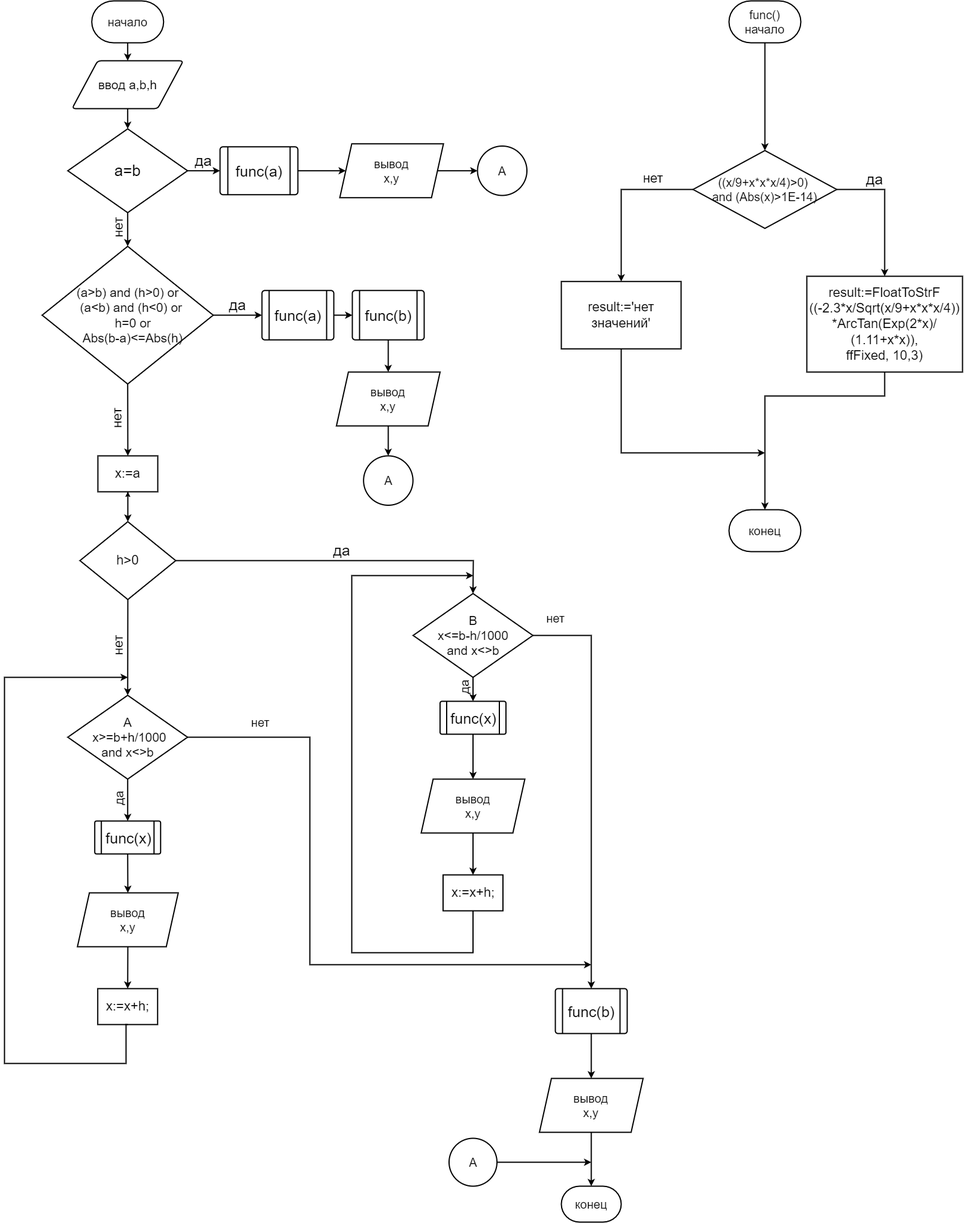
The draw.io diagram lab-1png.drawio.png in MarkOstapchuk/lab-1, before a commit. Source tidied: cells renumbered, new cells last; positions are measured from the earlier drawing's top-left corner, leaving out a move shared by most shapes.
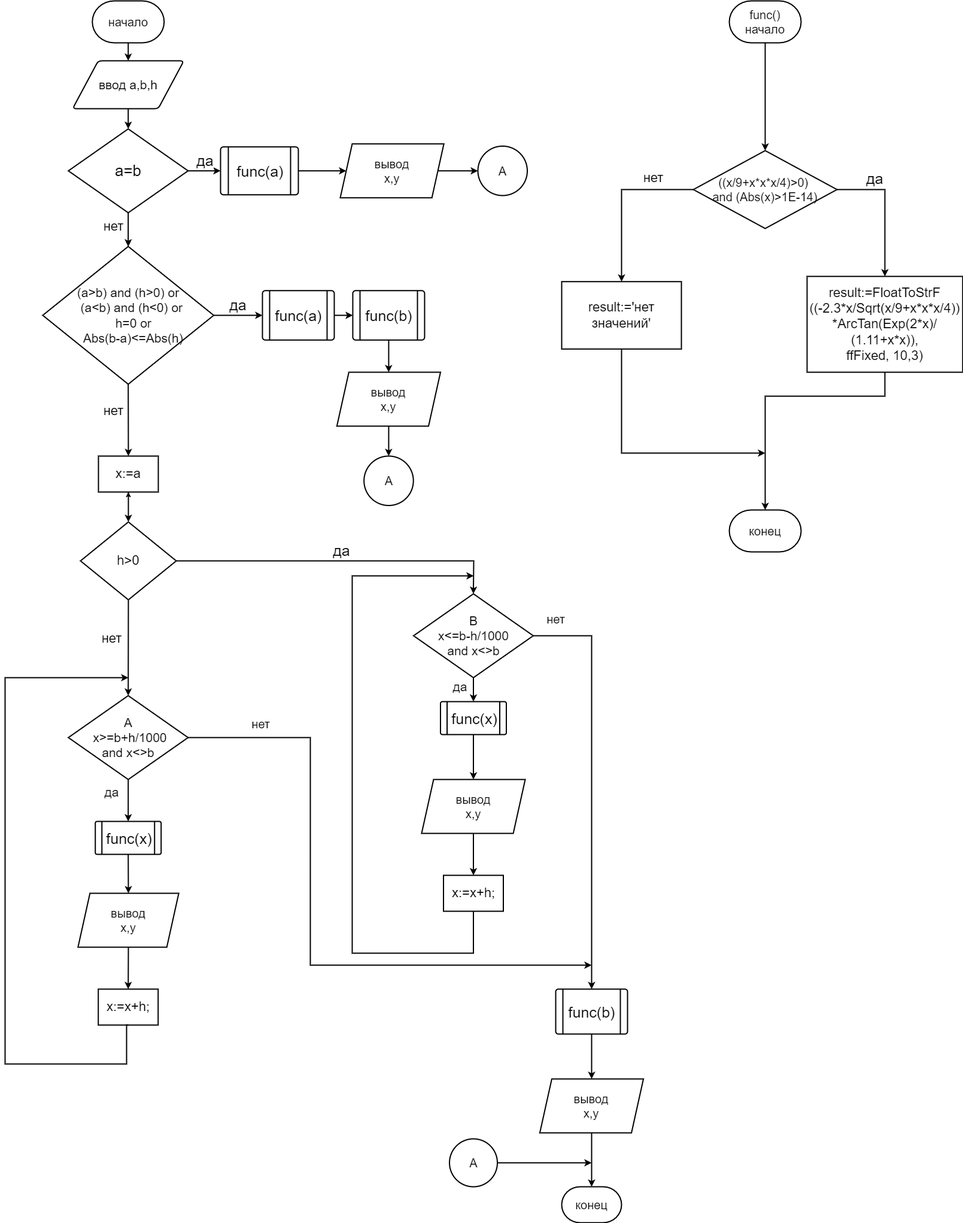
Above is the later version.

What changed in the source:
```diff
@@ -11,6 +11,9 @@
     <mxCell id="4" style="endArrow=classic;html=1;rounded=0;fontSize=17;exitX=0.5;exitY=1;exitDx=0;exitDy=0;exitPerimeter=0;entryX=0.5;entryY=0;entryDx=0;entryDy=0;strokeWidth=2;" parent="1" edge="1" source="2" target="3">
       <mxGeometry relative="1" as="geometry" />
     </mxCell>
+    <mxCell id="65" style="edgeStyle=orthogonalEdgeStyle;rounded=0;jettySize=auto;html=1;" parent="1" edge="1" source="5" target="14">
+      <mxGeometry relative="1" as="geometry" />
+    </mxCell>
     <mxCell id="5" value="a=b" style="strokeWidth=2;html=1;shape=mxgraph.flowchart.decision;whiteSpace=wrap;shadow=0;glass=0;sketch=0;fontSize=26;" parent="1" vertex="1">
       <mxGeometry x="105.8" y="213.8" width="200" height="140" as="geometry" />
     </mxCell>
@@ -20,7 +23,7 @@
     <mxCell id="7" value="да" style="endArrow=classic;html=1;rounded=0;fontSize=25;exitX=1;exitY=0.5;exitDx=0;exitDy=0;exitPerimeter=0;horizontal=1;verticalAlign=bottom;startArrow=none;entryX=0;entryY=0.5;entryDx=0;entryDy=0;strokeWidth=2;" parent="1" edge="1" source="5" target="15">
       <mxGeometry relative="1" as="geometry" />
     </mxCell>
-    <mxCell id="8" value="нет" style="endArrow=classic;html=1;rounded=0;fontSize=22;exitX=0.5;exitY=1;exitDx=0;exitDy=0;exitPerimeter=0;horizontal=0;verticalAlign=bottom;spacing=2;spacingTop=2;spacingBottom=0;spacingLeft=0;spacingRight=6;entryX=0.5;entryY=0;entryDx=0;entryDy=0;entryPerimeter=0;strokeWidth=2;" parent="1" edge="1" source="5" target="14">
+    <mxCell id="8" value="нет" style="endArrow=classic;html=1;rounded=0;fontSize=22;exitX=0.5;exitY=1;exitDx=0;exitDy=0;exitPerimeter=0;horizontal=1;verticalAlign=bottom;spacing=2;spacingTop=40;spacingBottom=-10;spacingLeft=0;spacingRight=50;entryX=0.5;entryY=0;entryDx=0;entryDy=0;entryPerimeter=0;strokeWidth=2;" parent="1" edge="1" source="5" target="14">
       <mxGeometry relative="1" as="geometry" />
     </mxCell>
     <mxCell id="9" value="А" style="ellipse;whiteSpace=wrap;html=1;shadow=0;glass=0;sketch=0;strokeWidth=2;fontSize=20;" parent="1" vertex="1">
@@ -66,7 +69,7 @@
     <mxCell id="20" style="endArrow=classic;html=1;rounded=0;fontSize=25;exitX=0.5;exitY=1;exitDx=0;exitDy=0;entryX=0.5;entryY=0;entryDx=0;entryDy=0;strokeWidth=2;" parent="1" edge="1" source="62" target="47">
       <mxGeometry relative="1" as="geometry" />
     </mxCell>
-    <mxCell id="21" value="нет" style="endArrow=classic;html=1;rounded=0;fontSize=22;exitX=0.5;exitY=1;exitDx=0;exitDy=0;exitPerimeter=0;horizontal=0;verticalAlign=bottom;spacingRight=9;strokeWidth=2;" parent="1" edge="1" source="14">
+    <mxCell id="21" value="нет" style="endArrow=classic;html=1;rounded=0;fontSize=22;exitX=0.5;exitY=1;exitDx=0;exitDy=0;exitPerimeter=0;horizontal=1;verticalAlign=bottom;spacingRight=50;strokeWidth=2;" parent="1" edge="1" source="14">
       <mxGeometry relative="1" as="geometry">
         <mxPoint x="206" y="760" as="targetPoint" />
       </mxGeometry>
@@ -93,13 +96,13 @@
     <mxCell id="27" value="B&lt;br&gt;x&amp;lt;=b-h/1000&lt;br&gt;and x&amp;lt;&amp;gt;b" style="strokeWidth=2;html=1;shape=mxgraph.flowchart.decision;whiteSpace=wrap;shadow=0;glass=0;sketch=0;fontSize=21;" parent="1" vertex="1">
       <mxGeometry x="682.5" y="990" width="200" height="140" as="geometry" />
     </mxCell>
-    <mxCell id="28" value="нет" style="endArrow=classic;html=1;rounded=0;fontSize=22;exitX=0.5;exitY=1;exitDx=0;exitDy=0;exitPerimeter=0;horizontal=0;verticalAlign=bottom;spacing=2;spacingTop=2;spacingBottom=0;spacingLeft=0;spacingRight=6;entryX=0.5;entryY=0;entryDx=0;entryDy=0;entryPerimeter=0;strokeWidth=2;" parent="1" edge="1" source="25" target="29">
+    <mxCell id="28" value="нет" style="endArrow=classic;html=1;rounded=0;fontSize=22;exitX=0.5;exitY=1;exitDx=0;exitDy=0;exitPerimeter=0;horizontal=1;verticalAlign=bottom;spacing=2;spacingTop=2;spacingBottom=0;spacingLeft=0;spacingRight=56;entryX=0.5;entryY=0;entryDx=0;entryDy=0;entryPerimeter=0;strokeWidth=2;" parent="1" edge="1" source="25" target="29">
       <mxGeometry relative="1" as="geometry" />
     </mxCell>
     <mxCell id="29" value="A&lt;br&gt;&amp;nbsp;x&amp;gt;=b+h/1000&lt;br&gt;and x&amp;lt;&amp;gt;b" style="strokeWidth=2;html=1;shape=mxgraph.flowchart.decision;whiteSpace=wrap;shadow=0;glass=0;sketch=0;fontSize=21;" parent="1" vertex="1">
       <mxGeometry x="105.8" y="1160" width="200" height="140" as="geometry" />
     </mxCell>
-    <mxCell id="30" value="да" style="endArrow=classic;html=1;rounded=0;fontSize=21;exitX=0.5;exitY=1;exitDx=0;exitDy=0;exitPerimeter=0;entryX=0.5;entryY=0;entryDx=0;entryDy=0;horizontal=0;verticalAlign=bottom;spacingRight=6;strokeWidth=2;" parent="1" edge="1" source="27" target="33">
+    <mxCell id="30" value="да" style="endArrow=classic;html=1;rounded=0;fontSize=21;exitX=0.5;exitY=1;exitDx=0;exitDy=0;exitPerimeter=0;entryX=0.5;entryY=0;entryDx=0;entryDy=0;horizontal=1;verticalAlign=bottom;spacingRight=46;strokeWidth=2;spacingTop=20;spacingBottom=-10;" parent="1" edge="1" source="27" target="33">
       <mxGeometry relative="1" as="geometry" />
     </mxCell>
     <mxCell id="31" style="endArrow=classic;html=1;rounded=0;fontSize=21;entryX=0.5;entryY=0;entryDx=0;entryDy=0;exitX=0.5;exitY=1;exitDx=0;exitDy=0;strokeWidth=2;" parent="1" edge="1" source="33" target="35">
@@ -132,7 +135,7 @@
     <mxCell id="40" value="вывод&lt;br style=&quot;font-size: 20px;&quot;&gt;x,y" style="shape=parallelogram;perimeter=parallelogramPerimeter;whiteSpace=wrap;html=1;fixedSize=1;shadow=0;glass=0;sketch=0;strokeWidth=2;fontSize=20;fillColor=default;" parent="1" vertex="1">
       <mxGeometry x="121.8" y="1490" width="168.4" height="90" as="geometry" />
     </mxCell>
-    <mxCell id="41" value="да" style="endArrow=classic;html=1;rounded=0;fontSize=21;exitX=0.5;exitY=1;exitDx=0;exitDy=0;exitPerimeter=0;horizontal=0;verticalAlign=bottom;spacingRight=5;strokeWidth=2;" parent="1" edge="1" source="29" target="38">
+    <mxCell id="41" value="да" style="endArrow=classic;html=1;rounded=0;fontSize=21;exitX=0.5;exitY=1;exitDx=0;exitDy=0;exitPerimeter=0;horizontal=1;verticalAlign=bottom;spacingRight=55;strokeWidth=2;" parent="1" edge="1" source="29" target="38">
       <mxGeometry relative="1" as="geometry" />
     </mxCell>
     <mxCell id="42" value="нет" style="edgeStyle=segmentEdgeStyle;endArrow=classic;rounded=0;fontSize=20;exitX=1;exitY=0.5;exitDx=0;exitDy=0;exitPerimeter=0;labelPosition=left;verticalLabelPosition=top;align=right;verticalAlign=bottom;textDirection=ltr;horizontal=1;html=1;spacingLeft=6;spacingRight=66;spacingTop=7;spacingBottom=332;strokeWidth=2;" parent="1" edge="1" source="29">
```
